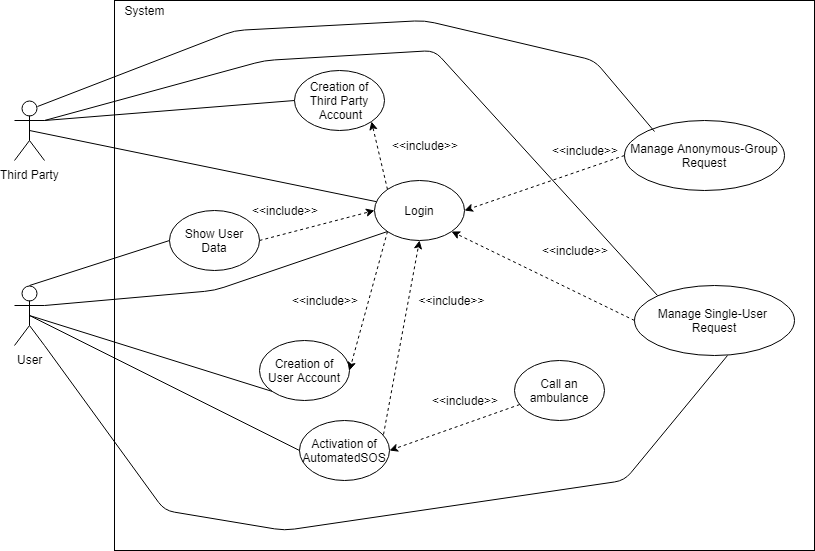
archettialberto/TrackMe keeps this draw.io diagram as RASD/img/Use_Cases_Diagram.png. Above is the earlier version. Source tidied: cells renumbered, new cells last; positions are measured from the earlier drawing's top-left corner, leaving out a move shared by most shapes. Its diagram source:
```xml
<mxGraphModel background="#ffffff">
  <root>
    <mxCell id="0" />
    <mxCell id="1" parent="0" />
    <mxCell id="2" style="rounded=0;whiteSpace=wrap;html=1;" parent="1" vertex="1">
      <mxGeometry x="100" width="700" height="550" as="geometry" />
    </mxCell>
    <mxCell id="3" value="User" style="shape=umlActor;verticalLabelPosition=bottom;labelBackgroundColor=#ffffff;verticalAlign=top;html=1;outlineConnect=0;" parent="1" vertex="1">
      <mxGeometry y="285" width="30" height="60" as="geometry" />
    </mxCell>
    <mxCell id="4" value="Third Party&lt;br&gt;&lt;br&gt;" style="shape=umlActor;verticalLabelPosition=bottom;labelBackgroundColor=#ffffff;verticalAlign=top;html=1;outlineConnect=0;" parent="1" vertex="1">
      <mxGeometry y="100" width="30" height="60" as="geometry" />
    </mxCell>
    <mxCell id="5" value="Call an ambulance" style="ellipse;whiteSpace=wrap;html=1;" parent="1" vertex="1">
      <mxGeometry x="500" y="360" width="90" height="60" as="geometry" />
    </mxCell>
    <mxCell id="6" value="Activation of AutomatedSOS&lt;br&gt;" style="ellipse;whiteSpace=wrap;html=1;" parent="1" vertex="1">
      <mxGeometry x="285" y="420" width="90" height="60" as="geometry" />
    </mxCell>
    <mxCell id="7" value="Manage Anonymous-Group Request" style="ellipse;whiteSpace=wrap;html=1;" parent="1" vertex="1">
      <mxGeometry x="610" y="120" width="160" height="70" as="geometry" />
    </mxCell>
    <mxCell id="8" value="Login&lt;br&gt;" style="ellipse;whiteSpace=wrap;html=1;" parent="1" vertex="1">
      <mxGeometry x="360" y="180" width="90" height="60" as="geometry" />
    </mxCell>
    <mxCell id="9" value="&lt;span&gt;Creation of Third Party&lt;br&gt;&amp;nbsp;Account&lt;/span&gt;" style="ellipse;whiteSpace=wrap;html=1;" parent="1" vertex="1">
      <mxGeometry x="280" y="70" width="90" height="60" as="geometry" />
    </mxCell>
    <mxCell id="10" value="Creation of User Account" style="ellipse;whiteSpace=wrap;html=1;" parent="1" vertex="1">
      <mxGeometry x="245" y="340" width="90" height="60" as="geometry" />
    </mxCell>
    <mxCell id="11" value="Manage Single-User&amp;nbsp; Request" style="ellipse;whiteSpace=wrap;html=1;" parent="1" vertex="1">
      <mxGeometry x="620" y="285" width="160" height="70" as="geometry" />
    </mxCell>
    <mxCell id="12" value="System" style="text;html=1;strokeColor=none;fillColor=none;align=center;verticalAlign=middle;whiteSpace=wrap;rounded=0;" parent="1" vertex="1">
      <mxGeometry x="110" width="40" height="20" as="geometry" />
    </mxCell>
    <mxCell id="13" style="endArrow=none;html=1;entryX=0;entryY=0.5;exitX=0.5;exitY=0.5;exitPerimeter=0;" parent="1" edge="1" source="3" target="6">
      <mxGeometry relative="1" as="geometry" />
    </mxCell>
    <mxCell id="14" style="endArrow=none;html=1;entryX=0;entryY=1;exitX=0.5;exitY=0.5;exitPerimeter=0;" parent="1" edge="1" source="3" target="10">
      <mxGeometry relative="1" as="geometry" />
    </mxCell>
    <mxCell id="15" style="endArrow=none;html=1;exitX=1;exitY=0.3333333333333333;exitPerimeter=0;entryX=0;entryY=1;" parent="1" edge="1" source="3" target="8">
      <mxGeometry relative="1" as="geometry">
        <Array as="points">
          <mxPoint x="200" y="290" />
        </Array>
      </mxGeometry>
    </mxCell>
    <mxCell id="16" style="endArrow=none;html=1;exitX=0.5;exitY=0.5;exitPerimeter=0;" parent="1" edge="1" source="4" target="8">
      <mxGeometry relative="1" as="geometry" />
    </mxCell>
    <mxCell id="17" style="endArrow=classic;html=1;dashed=1;strokeColor=#000000;strokeWidth=1;entryX=1;entryY=0.5;" parent="1" edge="1" source="5" target="6">
      <mxGeometry relative="1" as="geometry" />
    </mxCell>
    <mxCell id="18" style="endArrow=none;html=1;strokeColor=#000000;strokeWidth=1;entryX=0;entryY=0.5;exitX=1;exitY=0.3333333333333333;exitPerimeter=0;" parent="1" edge="1" source="4" target="9">
      <mxGeometry relative="1" as="geometry" />
    </mxCell>
    <mxCell id="19" value="&amp;lt;&amp;lt;include&amp;gt;&amp;gt;" style="text;html=1;strokeColor=none;fillColor=none;align=center;verticalAlign=middle;whiteSpace=wrap;rounded=0;" parent="1" vertex="1">
      <mxGeometry x="410" y="390" width="80" height="20" as="geometry" />
    </mxCell>
    <mxCell id="20" style="endArrow=classic;html=1;dashed=1;strokeColor=#000000;strokeWidth=1;entryX=1;entryY=0.5;exitX=0;exitY=1;" parent="1" edge="1" source="8" target="10">
      <mxGeometry relative="1" as="geometry" />
    </mxCell>
    <mxCell id="21" style="endArrow=classic;html=1;dashed=1;strokeColor=#000000;strokeWidth=1;entryX=0.5;entryY=1;exitX=0.933;exitY=0.233;exitPerimeter=0;" parent="1" edge="1" source="6" target="8">
      <mxGeometry relative="1" as="geometry" />
    </mxCell>
    <mxCell id="22" style="endArrow=classic;html=1;dashed=1;strokeColor=#000000;strokeWidth=1;entryX=1;entryY=1;exitX=0;exitY=0;" parent="1" edge="1" source="8" target="9">
      <mxGeometry relative="1" as="geometry" />
    </mxCell>
    <mxCell id="23" style="endArrow=classic;html=1;dashed=1;strokeColor=#000000;strokeWidth=1;entryX=1;entryY=1;exitX=0;exitY=0.5;" parent="1" edge="1" source="11" target="8">
      <mxGeometry relative="1" as="geometry" />
    </mxCell>
    <mxCell id="24" style="endArrow=classic;html=1;dashed=1;strokeColor=#000000;strokeWidth=1;entryX=1;entryY=0.5;exitX=0;exitY=0.5;" parent="1" edge="1" source="7" target="8">
      <mxGeometry relative="1" as="geometry" />
    </mxCell>
    <mxCell id="25" style="endArrow=none;html=1;strokeColor=#000000;strokeWidth=1;exitX=0.75;exitY=0.1;exitPerimeter=0;entryX=0.188;entryY=0.157;entryPerimeter=0;" parent="1" edge="1" source="4" target="7">
      <mxGeometry relative="1" as="geometry">
        <Array as="points">
          <mxPoint x="220" y="30" />
          <mxPoint x="410" y="20" />
          <mxPoint x="580" y="60" />
        </Array>
      </mxGeometry>
    </mxCell>
    <mxCell id="26" style="endArrow=none;html=1;strokeColor=#000000;strokeWidth=1;exitX=1;exitY=1;exitPerimeter=0;entryX=0.581;entryY=1;entryPerimeter=0;" parent="1" edge="1" source="3" target="11">
      <mxGeometry relative="1" as="geometry">
        <Array as="points">
          <mxPoint x="150" y="510" />
          <mxPoint x="270" y="530" />
          <mxPoint x="610" y="480" />
        </Array>
      </mxGeometry>
    </mxCell>
    <mxCell id="27" style="endArrow=none;html=1;strokeColor=#000000;strokeWidth=1;exitX=1;exitY=0.3333333333333333;exitPerimeter=0;entryX=0;entryY=0;" parent="1" edge="1" source="4" target="11">
      <mxGeometry relative="1" as="geometry">
        <Array as="points">
          <mxPoint x="250" y="60" />
          <mxPoint x="420" y="50" />
        </Array>
      </mxGeometry>
    </mxCell>
    <mxCell id="28" value="Show User Data&lt;br&gt;" style="ellipse;whiteSpace=wrap;html=1;" parent="1" vertex="1">
      <mxGeometry x="155" y="210" width="90" height="60" as="geometry" />
    </mxCell>
    <mxCell id="29" style="endArrow=none;html=1;strokeColor=#000000;strokeWidth=1;exitX=0.5;exitY=0;exitPerimeter=0;entryX=0;entryY=0.5;" parent="1" edge="1" source="3" target="28">
      <mxGeometry relative="1" as="geometry" />
    </mxCell>
    <mxCell id="30" style="endArrow=classic;html=1;dashed=1;strokeColor=#000000;strokeWidth=1;entryX=0;entryY=0.5;exitX=1;exitY=0.5;" parent="1" edge="1" source="28" target="8">
      <mxGeometry relative="1" as="geometry" />
    </mxCell>
    <mxCell id="31" value="&amp;lt;&amp;lt;include&amp;gt;&amp;gt;" style="text;html=1;strokeColor=none;fillColor=none;align=center;verticalAlign=middle;whiteSpace=wrap;rounded=0;" parent="1" vertex="1">
      <mxGeometry x="370" y="135" width="80" height="20" as="geometry" />
    </mxCell>
    <mxCell id="32" value="&amp;lt;&amp;lt;include&amp;gt;&amp;gt;" style="text;html=1;strokeColor=none;fillColor=none;align=center;verticalAlign=middle;whiteSpace=wrap;rounded=0;" parent="1" vertex="1">
      <mxGeometry x="230" y="200" width="80" height="20" as="geometry" />
    </mxCell>
    <mxCell id="33" value="&amp;lt;&amp;lt;include&amp;gt;&amp;gt;" style="text;html=1;strokeColor=none;fillColor=none;align=center;verticalAlign=middle;whiteSpace=wrap;rounded=0;" parent="1" vertex="1">
      <mxGeometry x="270" y="290" width="80" height="20" as="geometry" />
    </mxCell>
    <mxCell id="34" value="&amp;lt;&amp;lt;include&amp;gt;&amp;gt;" style="text;html=1;strokeColor=none;fillColor=none;align=center;verticalAlign=middle;whiteSpace=wrap;rounded=0;" parent="1" vertex="1">
      <mxGeometry x="530" y="140" width="80" height="20" as="geometry" />
    </mxCell>
    <mxCell id="35" value="&amp;lt;&amp;lt;include&amp;gt;&amp;gt;" style="text;html=1;strokeColor=none;fillColor=none;align=center;verticalAlign=middle;whiteSpace=wrap;rounded=0;" parent="1" vertex="1">
      <mxGeometry x="520" y="240" width="80" height="20" as="geometry" />
    </mxCell>
    <mxCell id="36" value="&amp;lt;&amp;lt;include&amp;gt;&amp;gt;" style="text;html=1;strokeColor=none;fillColor=none;align=center;verticalAlign=middle;whiteSpace=wrap;rounded=0;" parent="1" vertex="1">
      <mxGeometry x="400" y="290" width="75" height="20" as="geometry" />
    </mxCell>
  </root>
</mxGraphModel>
```
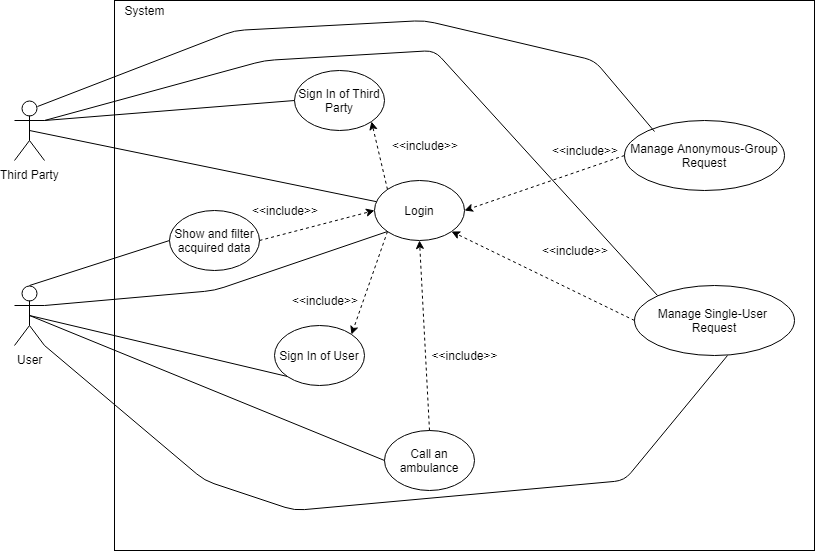
After the change.

Commit message:
Update Use cases diagram

Update Use cases diagram

What changed in the source:
```diff
@@ -12,22 +12,19 @@
       <mxGeometry y="100" width="30" height="60" as="geometry" />
     </mxCell>
     <mxCell id="5" value="Call an ambulance" style="ellipse;whiteSpace=wrap;html=1;" parent="1" vertex="1">
-      <mxGeometry x="500" y="360" width="90" height="60" as="geometry" />
+      <mxGeometry x="370" y="430" width="90" height="60" as="geometry" />
     </mxCell>
-    <mxCell id="6" value="Activation of AutomatedSOS&lt;br&gt;" style="ellipse;whiteSpace=wrap;html=1;" parent="1" vertex="1">
-      <mxGeometry x="285" y="420" width="90" height="60" as="geometry" />
-    </mxCell>
     <mxCell id="7" value="Manage Anonymous-Group Request" style="ellipse;whiteSpace=wrap;html=1;" parent="1" vertex="1">
       <mxGeometry x="610" y="120" width="160" height="70" as="geometry" />
     </mxCell>
     <mxCell id="8" value="Login&lt;br&gt;" style="ellipse;whiteSpace=wrap;html=1;" parent="1" vertex="1">
       <mxGeometry x="360" y="180" width="90" height="60" as="geometry" />
     </mxCell>
-    <mxCell id="9" value="&lt;span&gt;Creation of Third Party&lt;br&gt;&amp;nbsp;Account&lt;/span&gt;" style="ellipse;whiteSpace=wrap;html=1;" parent="1" vertex="1">
+    <mxCell id="9" value="&lt;span&gt;Sign In of Third Party&lt;/span&gt;" style="ellipse;whiteSpace=wrap;html=1;" parent="1" vertex="1">
       <mxGeometry x="280" y="70" width="90" height="60" as="geometry" />
     </mxCell>
-    <mxCell id="10" value="Creation of User Account" style="ellipse;whiteSpace=wrap;html=1;" parent="1" vertex="1">
-      <mxGeometry x="245" y="340" width="90" height="60" as="geometry" />
+    <mxCell id="10" value="Sign In of User" style="ellipse;whiteSpace=wrap;html=1;" parent="1" vertex="1">
+      <mxGeometry x="260" y="325" width="90" height="60" as="geometry" />
     </mxCell>
     <mxCell id="11" value="Manage Single-User&amp;nbsp; Request" style="ellipse;whiteSpace=wrap;html=1;" parent="1" vertex="1">
       <mxGeometry x="620" y="285" width="160" height="70" as="geometry" />
@@ -35,7 +32,7 @@
     <mxCell id="12" value="System" style="text;html=1;strokeColor=none;fillColor=none;align=center;verticalAlign=middle;whiteSpace=wrap;rounded=0;" parent="1" vertex="1">
       <mxGeometry x="110" width="40" height="20" as="geometry" />
     </mxCell>
-    <mxCell id="13" style="endArrow=none;html=1;entryX=0;entryY=0.5;exitX=0.5;exitY=0.5;exitPerimeter=0;" parent="1" edge="1" source="3" target="6">
+    <mxCell id="13" style="endArrow=none;html=1;entryX=0;entryY=0.5;exitX=0.5;exitY=0.5;exitPerimeter=0;" parent="1" edge="1" source="3" target="5">
       <mxGeometry relative="1" as="geometry" />
     </mxCell>
     <mxCell id="14" style="endArrow=none;html=1;entryX=0;entryY=1;exitX=0.5;exitY=0.5;exitPerimeter=0;" parent="1" edge="1" source="3" target="10">
@@ -51,19 +48,13 @@
     <mxCell id="16" style="endArrow=none;html=1;exitX=0.5;exitY=0.5;exitPerimeter=0;" parent="1" edge="1" source="4" target="8">
       <mxGeometry relative="1" as="geometry" />
     </mxCell>
-    <mxCell id="17" style="endArrow=classic;html=1;dashed=1;strokeColor=#000000;strokeWidth=1;entryX=1;entryY=0.5;" parent="1" edge="1" source="5" target="6">
-      <mxGeometry relative="1" as="geometry" />
-    </mxCell>
     <mxCell id="18" style="endArrow=none;html=1;strokeColor=#000000;strokeWidth=1;entryX=0;entryY=0.5;exitX=1;exitY=0.3333333333333333;exitPerimeter=0;" parent="1" edge="1" source="4" target="9">
       <mxGeometry relative="1" as="geometry" />
     </mxCell>
-    <mxCell id="19" value="&amp;lt;&amp;lt;include&amp;gt;&amp;gt;" style="text;html=1;strokeColor=none;fillColor=none;align=center;verticalAlign=middle;whiteSpace=wrap;rounded=0;" parent="1" vertex="1">
-      <mxGeometry x="410" y="390" width="80" height="20" as="geometry" />
-    </mxCell>
-    <mxCell id="20" style="endArrow=classic;html=1;dashed=1;strokeColor=#000000;strokeWidth=1;entryX=1;entryY=0.5;exitX=0;exitY=1;" parent="1" edge="1" source="8" target="10">
+    <mxCell id="20" style="endArrow=classic;html=1;dashed=1;strokeColor=#000000;strokeWidth=1;entryX=1;entryY=0;exitX=0;exitY=1;" parent="1" edge="1" source="8" target="10">
       <mxGeometry relative="1" as="geometry" />
     </mxCell>
-    <mxCell id="21" style="endArrow=classic;html=1;dashed=1;strokeColor=#000000;strokeWidth=1;entryX=0.5;entryY=1;exitX=0.933;exitY=0.233;exitPerimeter=0;" parent="1" edge="1" source="6" target="8">
+    <mxCell id="21" style="endArrow=classic;html=1;dashed=1;strokeColor=#000000;strokeWidth=1;entryX=0.5;entryY=1;exitX=0.5;exitY=0;" parent="1" edge="1" source="5" target="8">
       <mxGeometry relative="1" as="geometry" />
     </mxCell>
     <mxCell id="22" style="endArrow=classic;html=1;dashed=1;strokeColor=#000000;strokeWidth=1;entryX=1;entryY=1;exitX=0;exitY=0;" parent="1" edge="1" source="8" target="9">
@@ -87,8 +78,8 @@
     <mxCell id="26" style="endArrow=none;html=1;strokeColor=#000000;strokeWidth=1;exitX=1;exitY=1;exitPerimeter=0;entryX=0.581;entryY=1;entryPerimeter=0;" parent="1" edge="1" source="3" target="11">
       <mxGeometry relative="1" as="geometry">
         <Array as="points">
-          <mxPoint x="150" y="510" />
-          <mxPoint x="270" y="530" />
+          <mxPoint x="190" y="480" />
+          <mxPoint x="280" y="510" />
           <mxPoint x="610" y="480" />
         </Array>
       </mxGeometry>
@@ -101,7 +92,7 @@
         </Array>
       </mxGeometry>
     </mxCell>
-    <mxCell id="28" value="Show User Data&lt;br&gt;" style="ellipse;whiteSpace=wrap;html=1;" parent="1" vertex="1">
+    <mxCell id="28" value="Show and filter acquired data&lt;br&gt;" style="ellipse;whiteSpace=wrap;html=1;" parent="1" vertex="1">
       <mxGeometry x="155" y="210" width="90" height="60" as="geometry" />
     </mxCell>
     <mxCell id="29" style="endArrow=none;html=1;strokeColor=#000000;strokeWidth=1;exitX=0.5;exitY=0;exitPerimeter=0;entryX=0;entryY=0.5;" parent="1" edge="1" source="3" target="28">
@@ -126,7 +117,7 @@
       <mxGeometry x="520" y="240" width="80" height="20" as="geometry" />
     </mxCell>
     <mxCell id="36" value="&amp;lt;&amp;lt;include&amp;gt;&amp;gt;" style="text;html=1;strokeColor=none;fillColor=none;align=center;verticalAlign=middle;whiteSpace=wrap;rounded=0;" parent="1" vertex="1">
-      <mxGeometry x="400" y="290" width="75" height="20" as="geometry" />
+      <mxGeometry x="412.5" y="345" width="75" height="20" as="geometry" />
     </mxCell>
   </root>
 </mxGraphModel>
```
